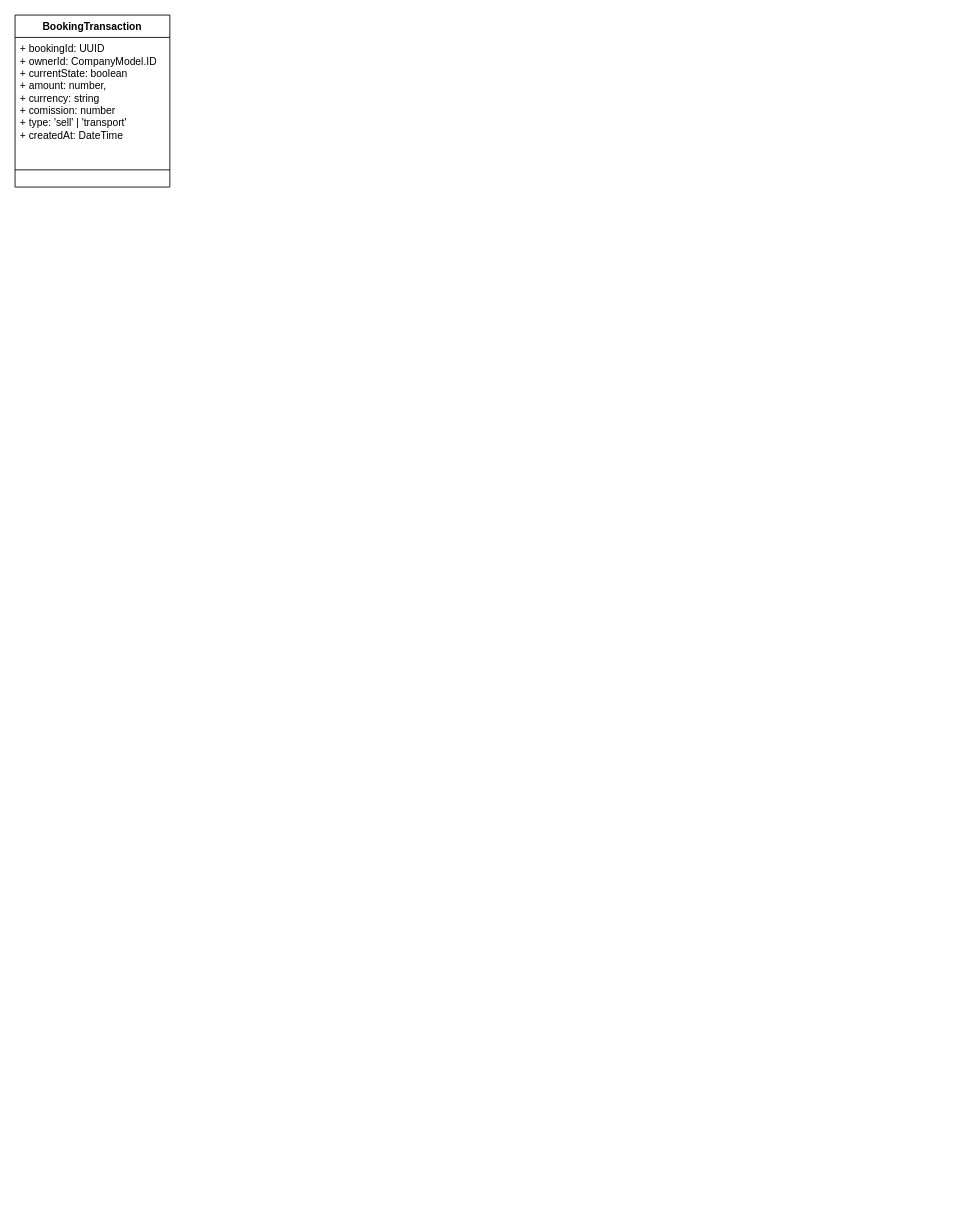
Before: page "Booking flow" (3 of 3) of GBS/GBS_Booking_flow.drawio in maxCheptea/Diagrams, a draw.io diagram. Source tidied: cells renumbered, new cells numbered last; positions are measured from the earlier drawing's top-left corner, leaving out a move shared by most shapes. Both pictures are drawn from the tidied source at 86%, with x=0, y=0 at pixel (15, 15).
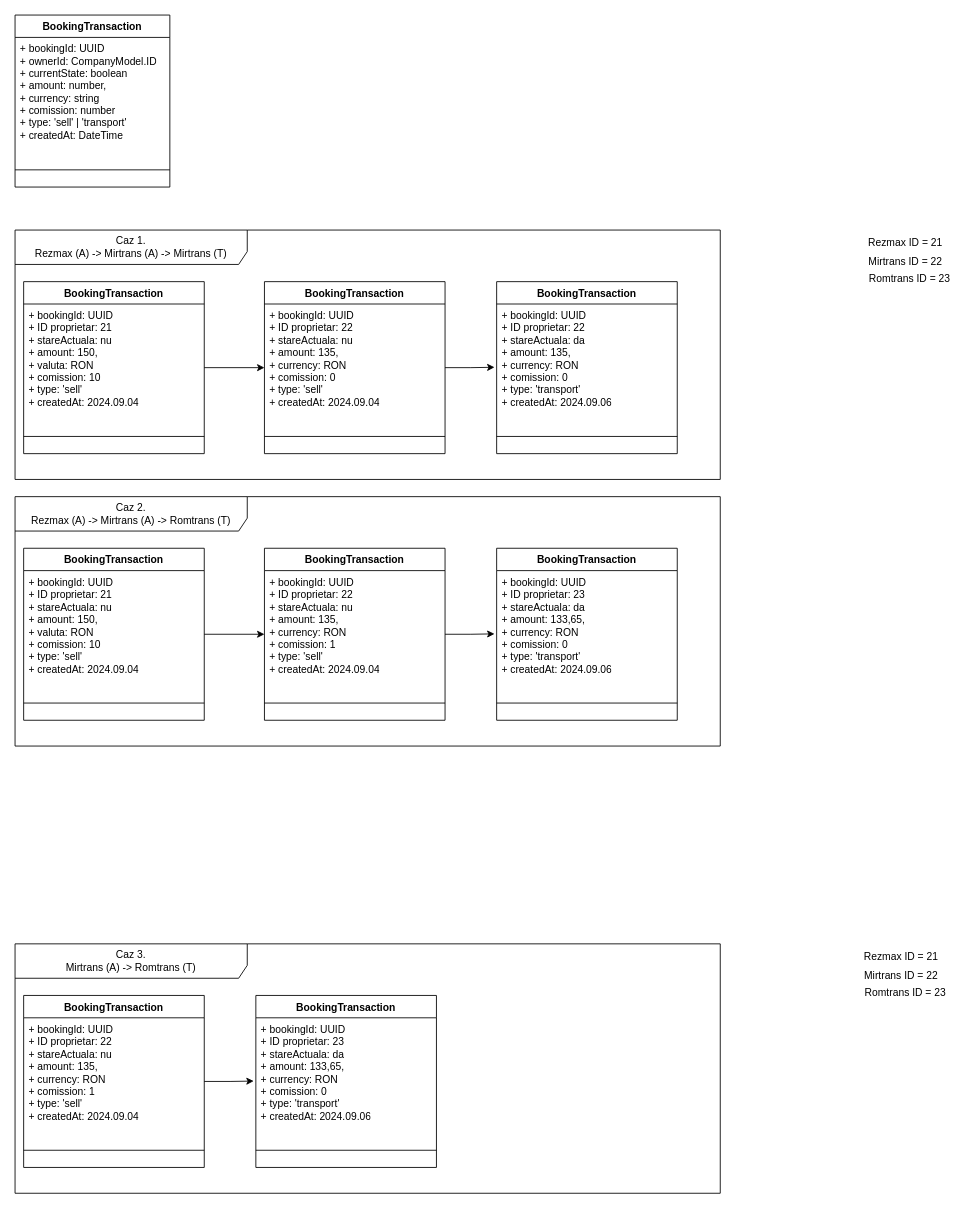
After the change.

Diff of the diagram source:
```diff
@@
+    <mxCell id="5" value="Rezmax ID = 21" style="text;html=1;align=center;verticalAlign=middle;strokeColor=none;fillColor=none;" parent="1" vertex="1">
+      <mxGeometry x="980" y="250" width="110" height="30" as="geometry" />
+    </mxCell>
+    <mxCell id="6" value="Mirtrans ID = 22" style="text;html=1;align=center;verticalAlign=middle;strokeColor=none;fillColor=none;" parent="1" vertex="1">
+      <mxGeometry x="980" y="272" width="110" height="30" as="geometry" />
+    </mxCell>
+    <mxCell id="7" value="Romtrans ID = 23" style="text;html=1;align=center;verticalAlign=middle;strokeColor=none;fillColor=none;" parent="1" vertex="1">
+      <mxGeometry x="980" y="292" width="120" height="30" as="geometry" />
+    </mxCell>
+    <mxCell id="8" value="Caz 1.&lt;div&gt;Rezmax (A) -&amp;gt; Mirtrans (A) -&amp;gt; Mirtrans (T)&lt;/div&gt;" style="shape=umlFrame;whiteSpace=wrap;html=1;width=270;height=40;" parent="1" vertex="1">
+      <mxGeometry y="250" width="820" height="290" as="geometry" />
+    </mxCell>
+    <mxCell id="9" style="edgeStyle=orthogonalEdgeStyle;rounded=0;jettySize=auto;html=1;" parent="8" edge="1" source="10" target="17">
+      <mxGeometry relative="1" as="geometry" />
+    </mxCell>
+    <mxCell id="10" value="BookingTransaction&lt;div&gt;&lt;br&gt;&lt;/div&gt;" style="swimlane;fontStyle=1;align=center;verticalAlign=top;horizontal=1;startSize=26;whiteSpace=wrap;html=1;" parent="8" vertex="1">
+      <mxGeometry x="10" y="60" width="210" height="200" as="geometry" />
+    </mxCell>
+    <mxCell id="11" value="+ bookingId: UUID&lt;div&gt;+ ID proprietar: 21&lt;/div&gt;&lt;div&gt;+ stareActuala: nu&lt;/div&gt;&lt;div&gt;+ amount: 150,&lt;/div&gt;&lt;div&gt;+ valuta: RON&lt;/div&gt;&lt;div&gt;+ comission: 10&lt;/div&gt;&lt;div&gt;+ type: 'sell'&lt;br&gt;&lt;div&gt;+ createdAt: 2024.09.04&lt;/div&gt;&lt;div&gt;&lt;br&gt;&lt;/div&gt;&lt;/div&gt;" style="text;strokeColor=none;fillColor=none;align=left;verticalAlign=top;spacingLeft=4;spacingRight=4;overflow=hidden;whiteSpace=wrap;html=1;" parent="10" vertex="1">
+      <mxGeometry y="26" width="210" height="134" as="geometry" />
+    </mxCell>
+    <mxCell id="12" style="line;strokeWidth=1;fillColor=none;align=left;verticalAlign=middle;spacingTop=-1;spacingLeft=3;spacingRight=3;labelPosition=right;strokeColor=inherit;" parent="10" vertex="1">
+      <mxGeometry y="160" width="210" height="40" as="geometry" />
+    </mxCell>
+    <mxCell id="13" style="edgeStyle=orthogonalEdgeStyle;rounded=0;jettySize=auto;html=1;entryX=-0.012;entryY=0.549;entryDx=0;entryDy=0;entryPerimeter=0;" parent="8" edge="1" source="17" target="15">
+      <mxGeometry relative="1" as="geometry" />
+    </mxCell>
+    <mxCell id="14" value="BookingTransaction&lt;div&gt;&lt;br&gt;&lt;/div&gt;" style="swimlane;fontStyle=1;align=center;verticalAlign=top;horizontal=1;startSize=26;whiteSpace=wrap;html=1;" parent="8" vertex="1">
+      <mxGeometry x="560" y="60" width="210" height="200" as="geometry" />
+    </mxCell>
+    <mxCell id="15" value="+ bookingId: UUID&lt;div&gt;+ ID proprietar: 22&lt;/div&gt;&lt;div&gt;+ stareActuala: da&lt;/div&gt;&lt;div&gt;+ amount: 135,&lt;/div&gt;&lt;div&gt;+ currency: RON&lt;/div&gt;&lt;div&gt;+ comission: 0&lt;/div&gt;&lt;div&gt;+ type: 'transport'&lt;br&gt;&lt;div&gt;+ createdAt: 2024.09.06&lt;/div&gt;&lt;div&gt;&lt;br&gt;&lt;/div&gt;&lt;/div&gt;" style="text;strokeColor=none;fillColor=none;align=left;verticalAlign=top;spacingLeft=4;spacingRight=4;overflow=hidden;points=[[0,0.5],[1,0.5]];portConstraint=eastwest;whiteSpace=wrap;html=1;" parent="14" vertex="1">
+      <mxGeometry y="26" width="210" height="134" as="geometry" />
+    </mxCell>
+    <mxCell id="16" style="line;strokeWidth=1;fillColor=none;align=left;verticalAlign=middle;spacingTop=-1;spacingLeft=3;spacingRight=3;labelPosition=right;strokeColor=inherit;" parent="14" vertex="1">
+      <mxGeometry y="160" width="210" height="40" as="geometry" />
+    </mxCell>
+    <mxCell id="17" value="BookingTransaction&lt;div&gt;&lt;br&gt;&lt;/div&gt;" style="swimlane;fontStyle=1;align=center;verticalAlign=top;horizontal=1;startSize=26;whiteSpace=wrap;html=1;" parent="8" vertex="1">
+      <mxGeometry x="290" y="60" width="210" height="200" as="geometry" />
+    </mxCell>
+    <mxCell id="18" value="+ bookingId: UUID&lt;div&gt;+ ID proprietar: 22&lt;/div&gt;&lt;div&gt;+ stareActuala: nu&lt;/div&gt;&lt;div&gt;+ amount: 135,&lt;/div&gt;&lt;div&gt;+ currency: RON&lt;/div&gt;&lt;div&gt;+ comission: 0&lt;/div&gt;&lt;div&gt;+ type: 'sell'&lt;br&gt;&lt;div&gt;+ createdAt: 2024.09.04&lt;/div&gt;&lt;div&gt;&lt;br&gt;&lt;/div&gt;&lt;/div&gt;" style="text;strokeColor=none;fillColor=none;align=left;verticalAlign=top;spacingLeft=4;spacingRight=4;overflow=hidden;whiteSpace=wrap;html=1;" parent="17" vertex="1">
+      <mxGeometry y="26" width="210" height="134" as="geometry" />
+    </mxCell>
+    <mxCell id="19" style="line;strokeWidth=1;fillColor=none;align=left;verticalAlign=middle;spacingTop=-1;spacingLeft=3;spacingRight=3;labelPosition=right;strokeColor=inherit;" parent="17" vertex="1">
+      <mxGeometry y="160" width="210" height="40" as="geometry" />
+    </mxCell>
+    <mxCell id="20" value="Caz 2.&lt;div&gt;Rezmax (A) -&amp;gt; Mirtrans (A) -&amp;gt; Romtrans (T)&lt;/div&gt;" style="shape=umlFrame;whiteSpace=wrap;html=1;width=270;height=40;" parent="1" vertex="1">
+      <mxGeometry y="560" width="820" height="290" as="geometry" />
+    </mxCell>
+    <mxCell id="21" style="edgeStyle=orthogonalEdgeStyle;rounded=0;jettySize=auto;html=1;" parent="20" edge="1" source="22" target="29">
+      <mxGeometry relative="1" as="geometry" />
+    </mxCell>
+    <mxCell id="22" value="BookingTransaction&lt;div&gt;&lt;br&gt;&lt;/div&gt;" style="swimlane;fontStyle=1;align=center;verticalAlign=top;horizontal=1;startSize=26;whiteSpace=wrap;html=1;" parent="20" vertex="1">
+      <mxGeometry x="10" y="60" width="210" height="200" as="geometry" />
+    </mxCell>
+    <mxCell id="23" value="+ bookingId: UUID&lt;div&gt;+ ID proprietar: 21&lt;/div&gt;&lt;div&gt;+ stareActuala: nu&lt;/div&gt;&lt;div&gt;+ amount: 150,&lt;/div&gt;&lt;div&gt;+ valuta: RON&lt;/div&gt;&lt;div&gt;+ comission: 10&lt;/div&gt;&lt;div&gt;+ type: 'sell'&lt;br&gt;&lt;div&gt;+ createdAt: 2024.09.04&lt;/div&gt;&lt;div&gt;&lt;br&gt;&lt;/div&gt;&lt;/div&gt;" style="text;strokeColor=none;fillColor=none;align=left;verticalAlign=top;spacingLeft=4;spacingRight=4;overflow=hidden;whiteSpace=wrap;html=1;" parent="22" vertex="1">
+      <mxGeometry y="26" width="210" height="134" as="geometry" />
+    </mxCell>
+    <mxCell id="24" style="line;strokeWidth=1;fillColor=none;align=left;verticalAlign=middle;spacingTop=-1;spacingLeft=3;spacingRight=3;labelPosition=right;strokeColor=inherit;" parent="22" vertex="1">
+      <mxGeometry y="160" width="210" height="40" as="geometry" />
+    </mxCell>
+    <mxCell id="25" style="edgeStyle=orthogonalEdgeStyle;rounded=0;jettySize=auto;html=1;entryX=-0.012;entryY=0.549;entryDx=0;entryDy=0;entryPerimeter=0;" parent="20" edge="1" source="29" target="27">
+      <mxGeometry relative="1" as="geometry" />
+    </mxCell>
+    <mxCell id="26" value="BookingTransaction&lt;div&gt;&lt;br&gt;&lt;/div&gt;" style="swimlane;fontStyle=1;align=center;verticalAlign=top;horizontal=1;startSize=26;whiteSpace=wrap;html=1;" parent="20" vertex="1">
+      <mxGeometry x="560" y="60" width="210" height="200" as="geometry" />
+    </mxCell>
+    <mxCell id="27" value="+ bookingId: UUID&lt;div&gt;+ ID proprietar: 23&lt;/div&gt;&lt;div&gt;+ stareActuala: da&lt;/div&gt;&lt;div&gt;+ amount: 133,65,&lt;/div&gt;&lt;div&gt;+ currency: RON&lt;/div&gt;&lt;div&gt;+ comission: 0&lt;/div&gt;&lt;div&gt;+ type: 'transport'&lt;br&gt;&lt;div&gt;+ createdAt: 2024.09.06&lt;/div&gt;&lt;div&gt;&lt;br&gt;&lt;/div&gt;&lt;/div&gt;" style="text;strokeColor=none;fillColor=none;align=left;verticalAlign=top;spacingLeft=4;spacingRight=4;overflow=hidden;points=[[0,0.5],[1,0.5]];portConstraint=eastwest;whiteSpace=wrap;html=1;" parent="26" vertex="1">
+      <mxGeometry y="26" width="210" height="134" as="geometry" />
+    </mxCell>
+    <mxCell id="28" style="line;strokeWidth=1;fillColor=none;align=left;verticalAlign=middle;spacingTop=-1;spacingLeft=3;spacingRight=3;labelPosition=right;strokeColor=inherit;" parent="26" vertex="1">
+      <mxGeometry y="160" width="210" height="40" as="geometry" />
+    </mxCell>
+    <mxCell id="29" value="BookingTransaction&lt;div&gt;&lt;br&gt;&lt;/div&gt;" style="swimlane;fontStyle=1;align=center;verticalAlign=top;horizontal=1;startSize=26;whiteSpace=wrap;html=1;" parent="20" vertex="1">
+      <mxGeometry x="290" y="60" width="210" height="200" as="geometry" />
+    </mxCell>
+    <mxCell id="30" value="+ bookingId: UUID&lt;div&gt;+ ID proprietar: 22&lt;/div&gt;&lt;div&gt;+ stareActuala: nu&lt;/div&gt;&lt;div&gt;+ amount: 135,&lt;/div&gt;&lt;div&gt;+ currency: RON&lt;/div&gt;&lt;div&gt;+ comission: 1&lt;/div&gt;&lt;div&gt;+ type: 'sell'&lt;br&gt;&lt;div&gt;+ createdAt: 2024.09.04&lt;/div&gt;&lt;div&gt;&lt;br&gt;&lt;/div&gt;&lt;/div&gt;" style="text;strokeColor=none;fillColor=none;align=left;verticalAlign=top;spacingLeft=4;spacingRight=4;overflow=hidden;whiteSpace=wrap;html=1;" parent="29" vertex="1">
+      <mxGeometry y="26" width="210" height="134" as="geometry" />
+    </mxCell>
+    <mxCell id="31" style="line;strokeWidth=1;fillColor=none;align=left;verticalAlign=middle;spacingTop=-1;spacingLeft=3;spacingRight=3;labelPosition=right;strokeColor=inherit;" parent="29" vertex="1">
+      <mxGeometry y="160" width="210" height="40" as="geometry" />
+    </mxCell>
+    <mxCell id="32" value="Caz 3.&lt;div&gt;Mirtrans (A) -&amp;gt; Romtrans (T)&lt;/div&gt;" style="shape=umlFrame;whiteSpace=wrap;html=1;width=270;height=40;" parent="1" vertex="1">
+      <mxGeometry y="1080" width="820" height="290" as="geometry" />
+    </mxCell>
+    <mxCell id="33" style="edgeStyle=orthogonalEdgeStyle;rounded=0;jettySize=auto;html=1;entryX=-0.012;entryY=0.549;entryDx=0;entryDy=0;entryPerimeter=0;" parent="32" edge="1" source="37" target="35">
+      <mxGeometry relative="1" as="geometry" />
+    </mxCell>
+    <mxCell id="34" value="BookingTransaction&lt;div&gt;&lt;br&gt;&lt;/div&gt;" style="swimlane;fontStyle=1;align=center;verticalAlign=top;horizontal=1;startSize=26;whiteSpace=wrap;html=1;" parent="32" vertex="1">
+      <mxGeometry x="280" y="60" width="210" height="200" as="geometry" />
+    </mxCell>
+    <mxCell id="35" value="+ bookingId: UUID&lt;div&gt;+ ID proprietar: 23&lt;/div&gt;&lt;div&gt;+ stareActuala: da&lt;/div&gt;&lt;div&gt;+ amount: 133,65,&lt;/div&gt;&lt;div&gt;+ currency: RON&lt;/div&gt;&lt;div&gt;+ comission: 0&lt;/div&gt;&lt;div&gt;+ type: 'transport'&lt;br&gt;&lt;div&gt;+ createdAt: 2024.09.06&lt;/div&gt;&lt;div&gt;&lt;br&gt;&lt;/div&gt;&lt;/div&gt;" style="text;strokeColor=none;fillColor=none;align=left;verticalAlign=top;spacingLeft=4;spacingRight=4;overflow=hidden;points=[[0,0.5],[1,0.5]];portConstraint=eastwest;whiteSpace=wrap;html=1;" parent="34" vertex="1">
+      <mxGeometry y="26" width="210" height="134" as="geometry" />
+    </mxCell>
+    <mxCell id="36" style="line;strokeWidth=1;fillColor=none;align=left;verticalAlign=middle;spacingTop=-1;spacingLeft=3;spacingRight=3;labelPosition=right;strokeColor=inherit;" parent="34" vertex="1">
+      <mxGeometry y="160" width="210" height="40" as="geometry" />
+    </mxCell>
+    <mxCell id="37" value="BookingTransaction&lt;div&gt;&lt;br&gt;&lt;/div&gt;" style="swimlane;fontStyle=1;align=center;verticalAlign=top;horizontal=1;startSize=26;whiteSpace=wrap;html=1;" parent="32" vertex="1">
+      <mxGeometry x="10" y="60" width="210" height="200" as="geometry" />
+    </mxCell>
+    <mxCell id="38" value="+ bookingId: UUID&lt;div&gt;+ ID proprietar: 22&lt;/div&gt;&lt;div&gt;+ stareActuala: nu&lt;/div&gt;&lt;div&gt;+ amount: 135,&lt;/div&gt;&lt;div&gt;+ currency: RON&lt;/div&gt;&lt;div&gt;+ comission: 1&lt;/div&gt;&lt;div&gt;+ type: 'sell'&lt;br&gt;&lt;div&gt;+ createdAt: 2024.09.04&lt;/div&gt;&lt;div&gt;&lt;br&gt;&lt;/div&gt;&lt;/div&gt;" style="text;strokeColor=none;fillColor=none;align=left;verticalAlign=top;spacingLeft=4;spacingRight=4;overflow=hidden;whiteSpace=wrap;html=1;" parent="37" vertex="1">
+      <mxGeometry y="26" width="210" height="134" as="geometry" />
+    </mxCell>
+    <mxCell id="39" style="line;strokeWidth=1;fillColor=none;align=left;verticalAlign=middle;spacingTop=-1;spacingLeft=3;spacingRight=3;labelPosition=right;strokeColor=inherit;" parent="37" vertex="1">
+      <mxGeometry y="160" width="210" height="40" as="geometry" />
+    </mxCell>
+    <mxCell id="40" value="Rezmax ID = 21" style="text;html=1;align=center;verticalAlign=middle;strokeColor=none;fillColor=none;" parent="1" vertex="1">
+      <mxGeometry x="975" y="1080" width="110" height="30" as="geometry" />
+    </mxCell>
+    <mxCell id="41" value="Mirtrans ID = 22" style="text;html=1;align=center;verticalAlign=middle;strokeColor=none;fillColor=none;" parent="1" vertex="1">
+      <mxGeometry x="975" y="1102" width="110" height="30" as="geometry" />
+    </mxCell>
+    <mxCell id="42" value="Romtrans ID = 23" style="text;html=1;align=center;verticalAlign=middle;strokeColor=none;fillColor=none;" parent="1" vertex="1">
+      <mxGeometry x="975" y="1122" width="120" height="30" as="geometry" />
+    </mxCell>
```
